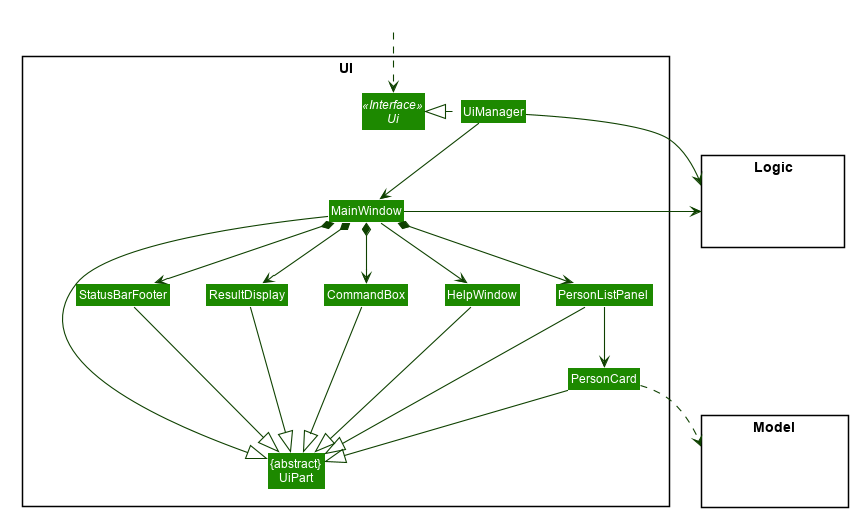
Above: docs/images/UiClassDiagram.png in nus-cs2103-AY2021S2/tp (PlantUML), before the change.
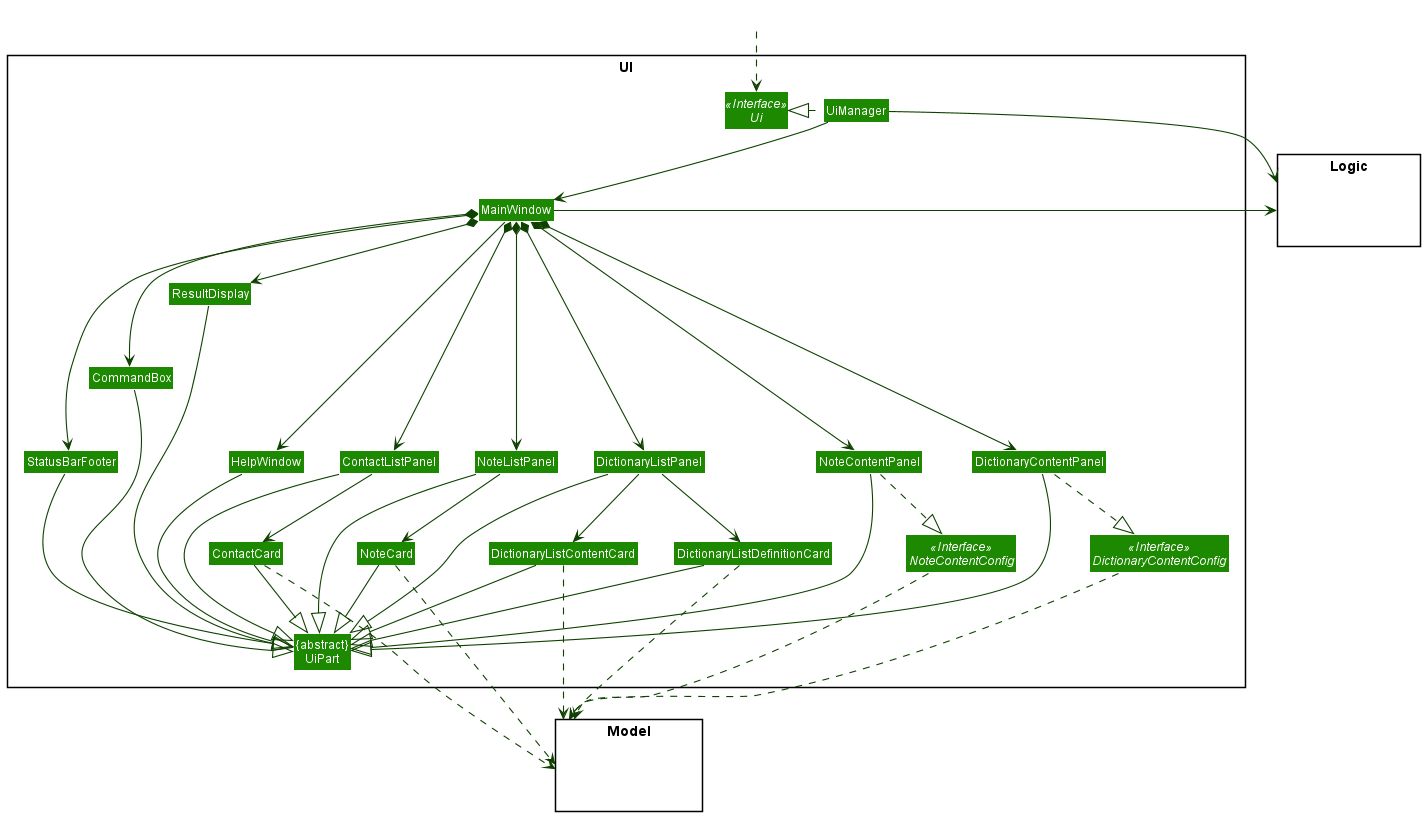
Later version of the same file.

Commit message:
Update UI class diagram

What changed in the source:
```diff
@@ -1,65 +1,27 @@
 @startuml
-
-
-
-
-
-
-
-
-skinparam BackgroundColor #FFFFFFF
-
-skinparam Shadowing false
-
-skinparam Class {
-    FontColor #FFFFFF
-    BorderThickness 1
-    BorderColor #FFFFFF
-    StereotypeFontColor #FFFFFF
-    FontName Arial
-}
-
-skinparam Actor {
-    BorderColor #000000
-    Color #000000
-    FontName Arial
-}
-
-skinparam Sequence {
-    MessageAlign center
-    BoxFontSize 15
-    BoxPadding 0
-    BoxFontColor #FFFFFF
-    FontName Arial
-}
-
-skinparam Participant {
-    FontColor #FFFFFFF
-    Padding 20
-}
-
-skinparam MinClassWidth 50
-skinparam ParticipantPadding 10
-skinparam Shadowing false
-skinparam DefaultTextAlignment center
-skinparam packageStyle Rectangle
-
-hide footbox
-hide members
-hide circle
+!include style.puml
 skinparam arrowThickness 1.1
-skinparam arrowColor #0E4100
-skinparam classBackgroundColor #1D8900
+skinparam arrowColor UI_COLOR_T4
+skinparam classBackgroundColor UI_COLOR
 
 package UI <<Rectangle>>{
 Interface Ui <<Interface>>
+Interface DictionaryContentConfig <<Interface>>
+Interface NoteContentConfig <<Interface>>
 Class "{abstract}\nUiPart" as UiPart
 Class UiManager
 Class MainWindow
 Class HelpWindow
 Class ResultDisplay
-Class PersonListPanel
-Class PersonCard
+Class ContactListPanel
+Class ContactCard
+Class DictionaryListPanel
+Class DictionaryListContentCard
+Class DictionaryListDefinitionCard
+Class DictionaryContentPanel
+Class NoteListPanel
+Class NoteCard
+Class NoteContentPanel
 Class StatusBarFooter
 Class CommandBox
 }
@@ -80,28 +42,58 @@
 MainWindow --> HelpWindow
 MainWindow *-down-> CommandBox
 MainWindow *-down-> ResultDisplay
-MainWindow *-down-> PersonListPanel
+MainWindow *-down-> ContactListPanel
 MainWindow *-down-> StatusBarFooter
+MainWindow *-down-> DictionaryListPanel
+MainWindow *-down-> NoteListPanel
+MainWindow *-down-> DictionaryContentPanel
+MainWindow *-down-> NoteContentPanel
 
-PersonListPanel -down-> PersonCard
+ContactListPanel -down-> ContactCard
+DictionaryListPanel -down-> DictionaryListContentCard
+DictionaryListPanel -down-> DictionaryListDefinitionCard
+NoteListPanel -down-> NoteCard
 
-MainWindow -left-|> UiPart
 
+ContactCard..> Model
+DictionaryListContentCard..> Model
+DictionaryListDefinitionCard..> Model
+NoteCard..> Model
+DictionaryContentConfig..> Model
+NoteContentConfig..> Model
+UiManager -up-> Logic
+MainWindow -right-> Logic
+
+
+CommandBox -[hidden]up- ResultDisplay
+StatusBarFooter -[hidden]up- CommandBox
+HelpWindow -[hidden]left- StatusBarFooter
+ContactListPanel -[hidden]left- HelpWindow
+NoteListPanel -[hidden]left- ContactListPanel
+DictionaryListPanel -[hidden]left- NoteListPanel
+NoteContentPanel -[hidden]left- DictionaryListPanel
+DictionaryContentPanel -[hidden]left- NoteContentPanel
+
+UiPart -[hidden]down- Model
+
+
+NoteContentPanel .down.|> NoteContentConfig
+DictionaryContentPanel .down.|> DictionaryContentConfig
+
+HelpWindow --|> UiPart
 ResultDisplay --|> UiPart
+ContactListPanel --|> UiPart
+ContactCard --|> UiPart
+DictionaryListPanel --|> UiPart
+DictionaryListContentCard --|> UiPart
+DictionaryListDefinitionCard --|> UiPart
+NoteListPanel --|> UiPart
+NoteCard --|> UiPart
+StatusBarFooter --|> UiPart
 CommandBox --|> UiPart
-PersonListPanel --|> UiPart
-PersonCard --|> UiPart
-StatusBarFooter --|> UiPart
-HelpWindow -down-|> UiPart
+DictionaryContentPanel --|> UiPart
+NoteContentPanel --|> UiPart
 
-PersonCard ..> Model
-UiManager -right-> Logic
-MainWindow -left-> Logic
 
-PersonListPanel -[hidden]left- HelpWindow
-HelpWindow -[hidden]left- CommandBox
-CommandBox -[hidden]left- ResultDisplay
-ResultDisplay -[hidden]left- StatusBarFooter
 
-MainWindow -[hidden]-|> UiPart
 @enduml
```
